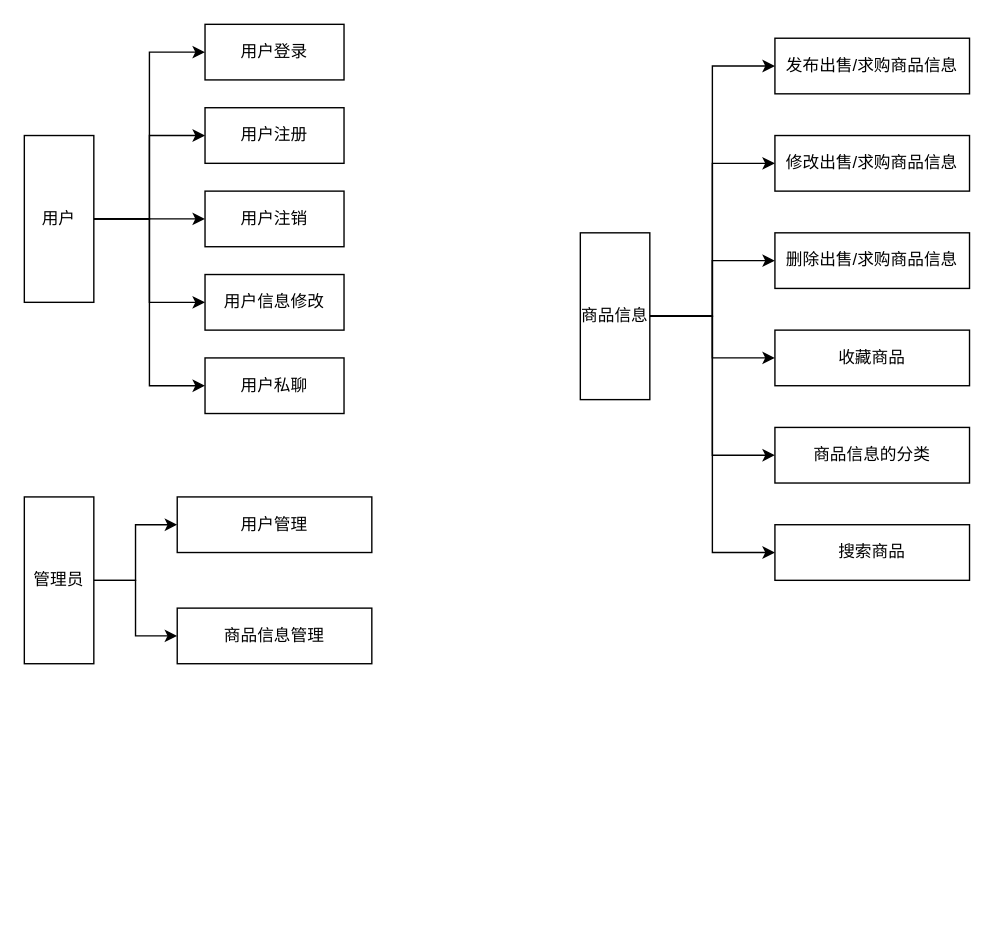
This is Untitled Diagram.drawio from amazing-a/ER, a draw.io file, before an edit. Source tidied: cells renumbered, new cells numbered last; positions are measured from the earlier drawing's top-left corner, leaving out a move shared by most shapes. Both pictures are drawn from the tidied source at 139%, with x=0, y=0 at pixel (24, 24).
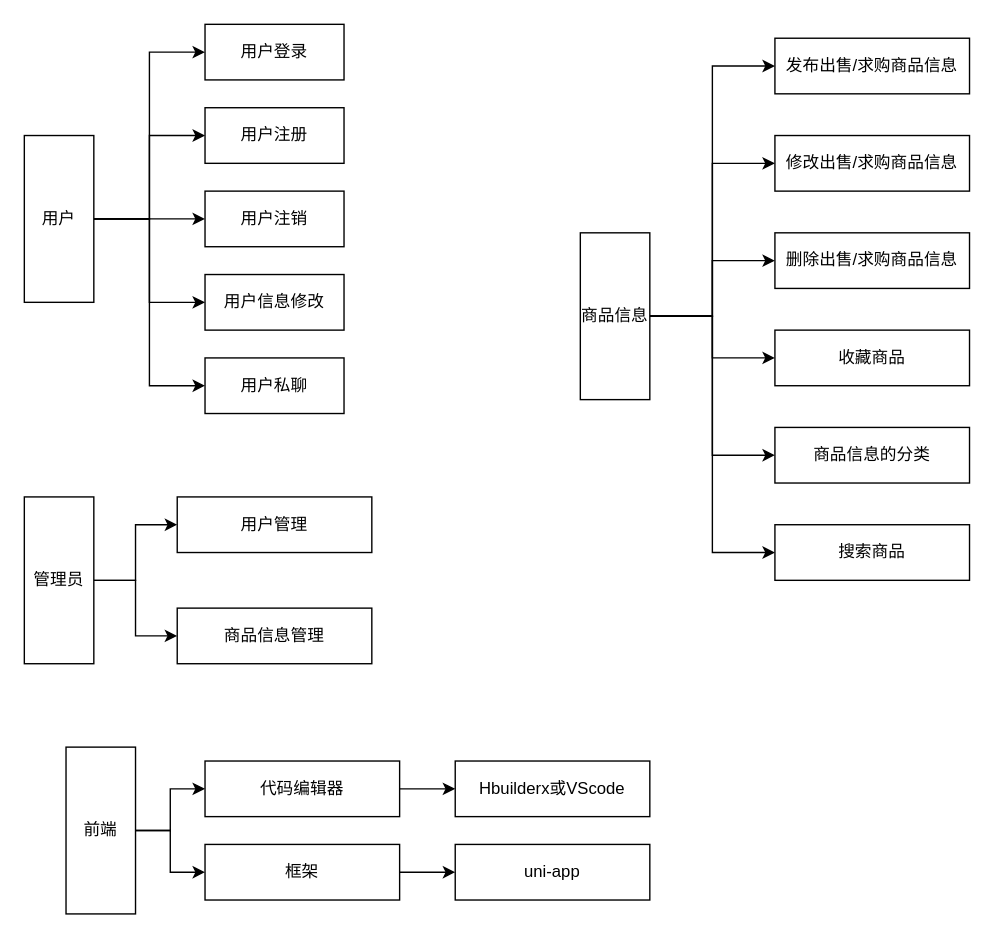
After the change.

Diff of the diagram source:
```diff
@@
+    <mxCell id="31" style="edgeStyle=orthogonalEdgeStyle;rounded=0;jettySize=auto;html=1;entryX=0;entryY=0.5;entryDx=0;entryDy=0;" parent="1" edge="1" source="33" target="35">
+      <mxGeometry relative="1" as="geometry" />
+    </mxCell>
+    <mxCell id="32" style="edgeStyle=orthogonalEdgeStyle;rounded=0;jettySize=auto;html=1;entryX=0;entryY=0.5;entryDx=0;entryDy=0;" parent="1" edge="1" source="33" target="38">
+      <mxGeometry relative="1" as="geometry" />
+    </mxCell>
+    <mxCell id="33" value="前端" style="rounded=0;whiteSpace=wrap;html=1;" parent="1" vertex="1">
+      <mxGeometry x="30" y="520" width="50" height="120" as="geometry" />
+    </mxCell>
+    <mxCell id="34" style="edgeStyle=orthogonalEdgeStyle;rounded=0;jettySize=auto;html=1;" parent="1" edge="1" source="35" target="36">
+      <mxGeometry relative="1" as="geometry" />
+    </mxCell>
+    <mxCell id="35" value="代码编辑器" style="rounded=0;whiteSpace=wrap;html=1;" parent="1" vertex="1">
+      <mxGeometry x="130" y="530" width="140" height="40" as="geometry" />
+    </mxCell>
+    <mxCell id="36" value="Hbuilderx或VScode" style="rounded=0;whiteSpace=wrap;html=1;" parent="1" vertex="1">
+      <mxGeometry x="310" y="530" width="140" height="40" as="geometry" />
+    </mxCell>
+    <mxCell id="37" style="edgeStyle=orthogonalEdgeStyle;rounded=0;jettySize=auto;html=1;" parent="1" edge="1" source="38" target="39">
+      <mxGeometry relative="1" as="geometry" />
+    </mxCell>
+    <mxCell id="38" value="框架" style="rounded=0;whiteSpace=wrap;html=1;" parent="1" vertex="1">
+      <mxGeometry x="130" y="590" width="140" height="40" as="geometry" />
+    </mxCell>
+    <mxCell id="39" value="uni-app" style="rounded=0;whiteSpace=wrap;html=1;" parent="1" vertex="1">
+      <mxGeometry x="310" y="590" width="140" height="40" as="geometry" />
+    </mxCell>
```
